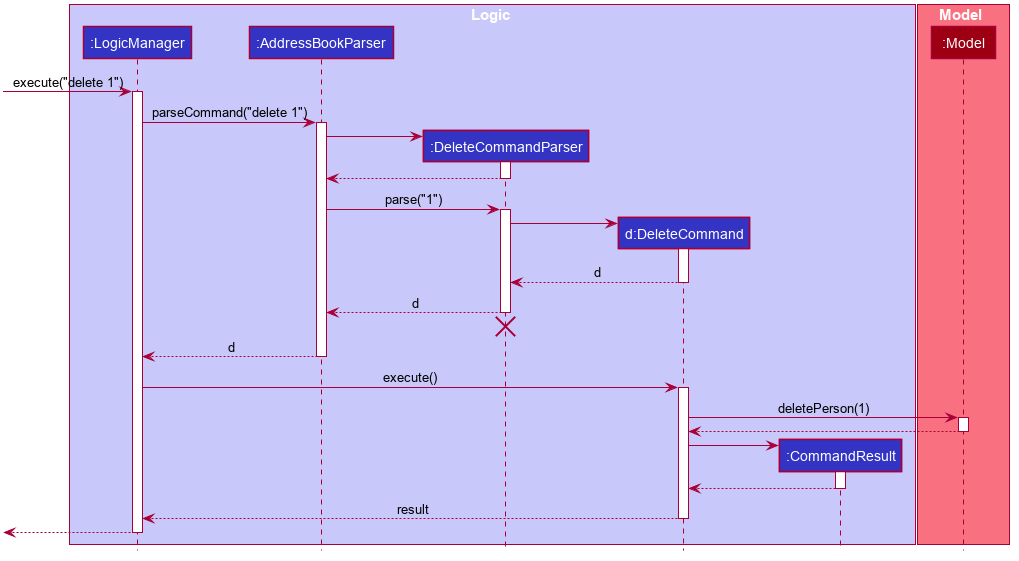
nus-cs2103-AY2223S1/tp keeps this PlantUML diagram as docs/images/DeleteSequenceDiagram.png. Above is the earlier version.
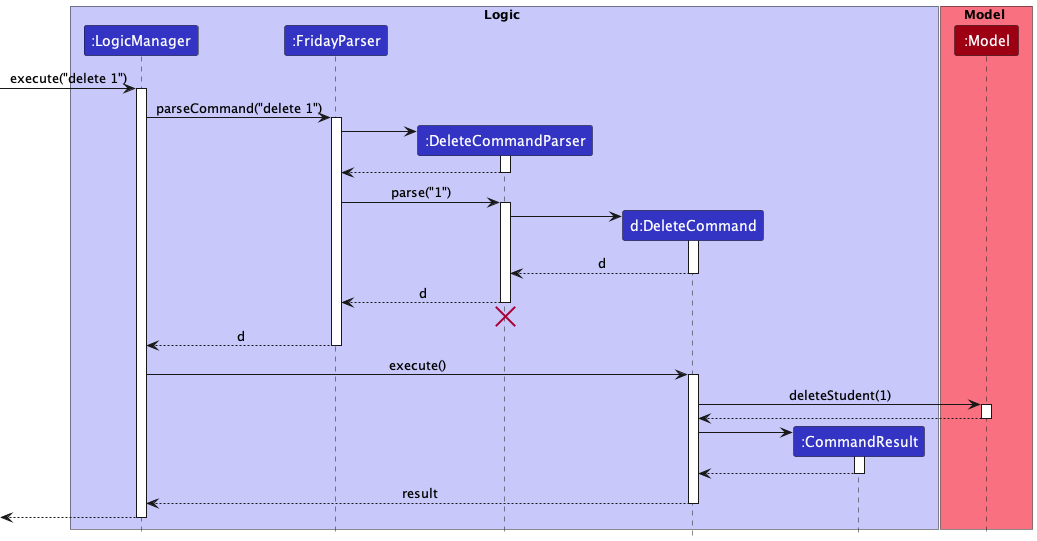
The same diagram one commit later.

Diff of the diagram source:
```diff
@@ -1,79 +1,32 @@
 @startuml
+!include style.puml
 
-
-
-
-
-
-
-
-skinparam BackgroundColor #FFFFFFF
-
-skinparam Shadowing false
-
-skinparam Class {
-    FontColor #FFFFFF
-    BorderThickness 1
-    BorderColor #FFFFFF
-    StereotypeFontColor #FFFFFF
-    FontName Arial
-}
-
-skinparam Actor {
-    BorderColor #000000
-    Color #000000
-    FontName Arial
-}
-
-skinparam Sequence {
-    MessageAlign center
-    BoxFontSize 15
-    BoxPadding 0
-    BoxFontColor #FFFFFF
-    FontName Arial
-}
-
-skinparam Participant {
-    FontColor #FFFFFFF
-    Padding 20
-}
-
-skinparam MinClassWidth 50
-skinparam ParticipantPadding 10
-skinparam Shadowing false
-skinparam DefaultTextAlignment center
-skinparam packageStyle Rectangle
-
-hide footbox
-hide members
-hide circle
-
-box Logic #C8C8FA
-participant ":LogicManager" as LogicManager #3333C4
-participant ":AddressBookParser" as AddressBookParser #3333C4
-participant ":DeleteCommandParser" as DeleteCommandParser #3333C4
-participant "d:DeleteCommand" as DeleteCommand #3333C4
-participant ":CommandResult" as CommandResult #3333C4
+box Logic LOGIC_COLOR_T1
+participant ":LogicManager" as LogicManager LOGIC_COLOR
+participant ":FridayParser" as FridayParser LOGIC_COLOR
+participant ":DeleteCommandParser" as DeleteCommandParser LOGIC_COLOR
+participant "d:DeleteCommand" as DeleteCommand LOGIC_COLOR
+participant ":CommandResult" as CommandResult LOGIC_COLOR
 end box
 
-box Model #F97181
-participant ":Model" as Model #9D0012
+box Model MODEL_COLOR_T1
+participant ":Model" as Model MODEL_COLOR
 end box
 
 [-> LogicManager : execute("delete 1")
 activate LogicManager
 
-LogicManager -> AddressBookParser : parseCommand("delete 1")
-activate AddressBookParser
+LogicManager -> FridayParser : parseCommand("delete 1")
+activate FridayParser
 
 create DeleteCommandParser
-AddressBookParser -> DeleteCommandParser
+FridayParser -> DeleteCommandParser
 activate DeleteCommandParser
 
-DeleteCommandParser --> AddressBookParser
+DeleteCommandParser --> FridayParser
 deactivate DeleteCommandParser
 
-AddressBookParser -> DeleteCommandParser : parse("1")
+FridayParser -> DeleteCommandParser : parse("1")
 activate DeleteCommandParser
 
 create DeleteCommand
@@ -83,18 +36,18 @@
 DeleteCommand --> DeleteCommandParser : d
 deactivate DeleteCommand
 
-DeleteCommandParser --> AddressBookParser : d
+DeleteCommandParser --> FridayParser : d
 deactivate DeleteCommandParser
-DeleteCommandParser -[hidden]-> AddressBookParser
+DeleteCommandParser -[hidden]-> FridayParser
 destroy DeleteCommandParser
 
-AddressBookParser --> LogicManager : d
-deactivate AddressBookParser
+FridayParser --> LogicManager : d
+deactivate FridayParser
 
 LogicManager -> DeleteCommand : execute()
 activate DeleteCommand
 
-DeleteCommand -> Model : deletePerson(1)
+DeleteCommand -> Model : deleteStudent(1)
 activate Model
 
 Model --> DeleteCommand
```
